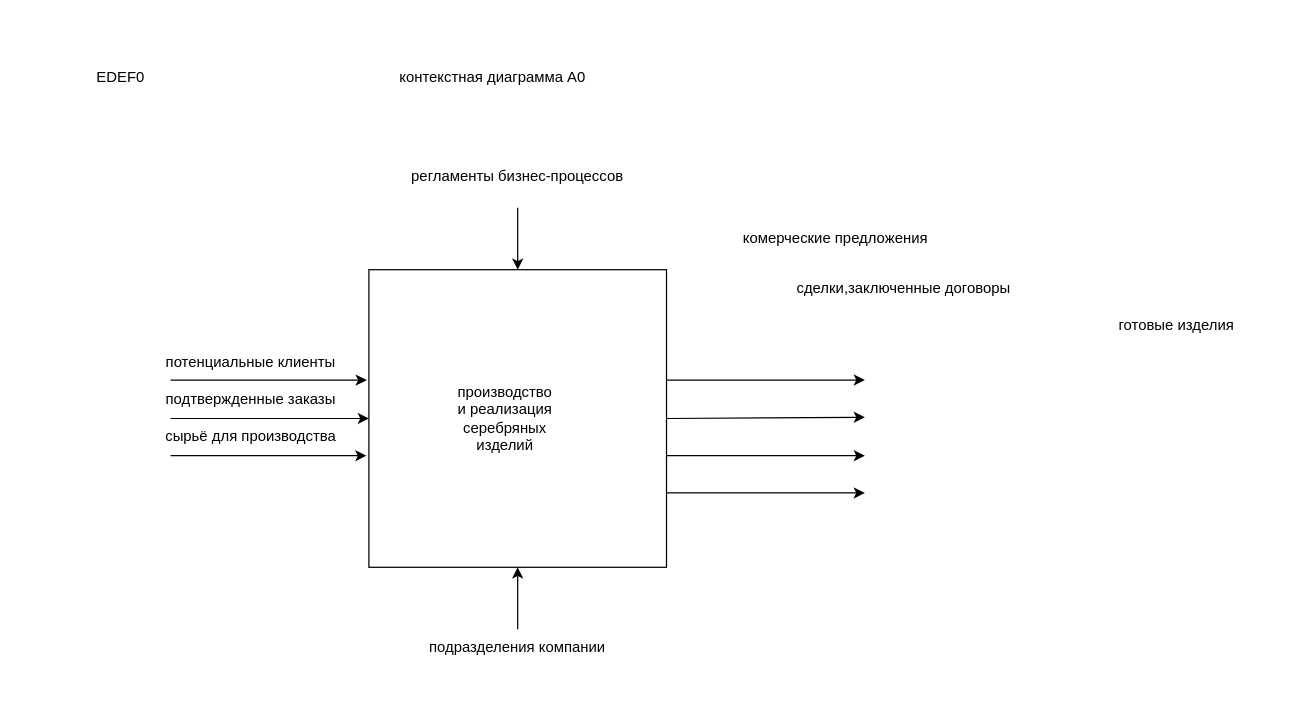
The draw.io diagram page "Страница — 2" (2 of 5) of newexample2025.drawio in emauter/GB_mysql, before the edit. Source tidied: cells renumbered, new cells numbered last; positions are measured from the earlier drawing's top-left corner, leaving out a move shared by most shapes. Both pictures are drawn from the tidied source at 124%, with x=0, y=0 at pixel (83, 58).
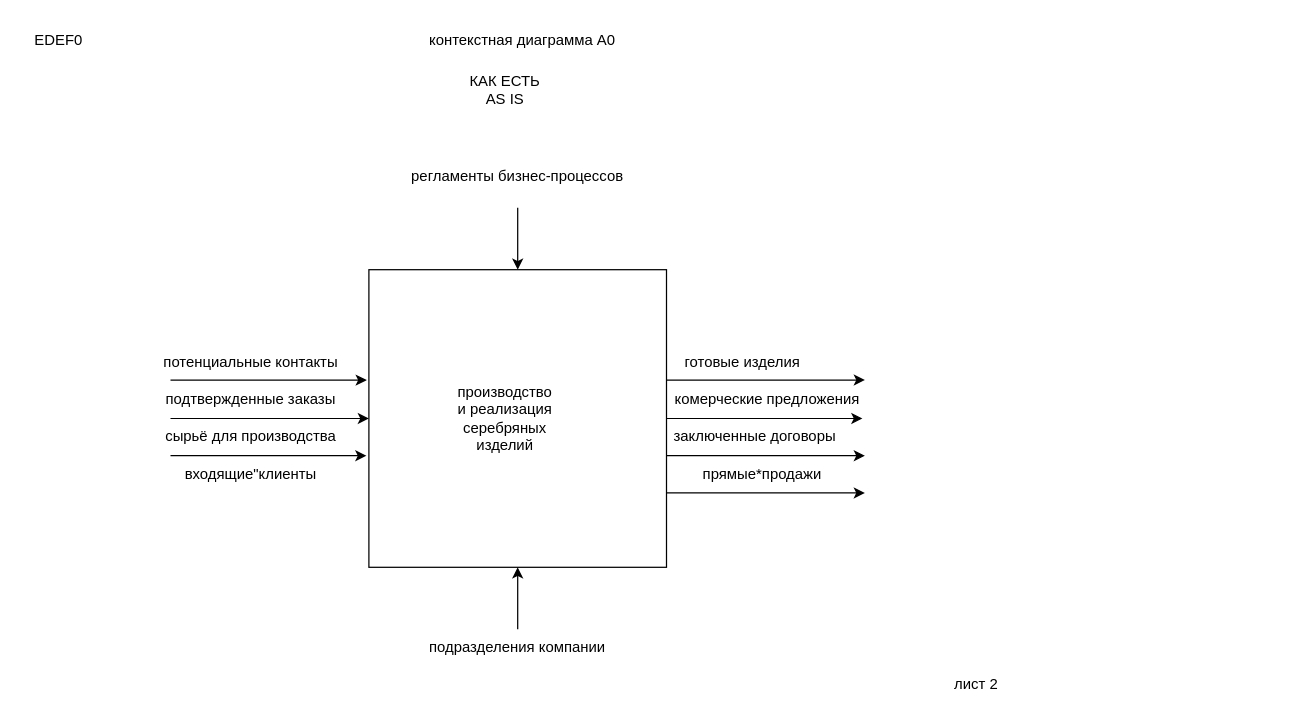
After the change.

Unchanged cells that the change refers to:
```xml
<mxCell id="2" style="whiteSpace=wrap;html=1;" parent="1" vertex="1">
  <mxGeometry x="230" y="170" width="240" height="240" as="geometry" />
</mxCell>
```

The edit, as a diff of the source:
```diff
@@
-    <mxCell id="6" style="endArrow=classic;html=1;rounded=0;exitX=1;exitY=0.5;exitDx=0;exitDy=0;" parent="1" edge="1" source="2">
-      <mxGeometry relative="1" as="geometry">
-        <mxPoint x="630" y="289" as="targetPoint" />
-      </mxGeometry>
-    </mxCell>
@@
     <mxCell id="9" value="комерческие предложения" style="text;html=1;align=center;verticalAlign=middle;whiteSpace=wrap;rounded=0;" parent="1" vertex="1">
-      <mxGeometry x="530" y="130" width="153" height="30" as="geometry" />
+      <mxGeometry x="475" y="260" width="153" height="30" as="geometry" />
     </mxCell>
-    <mxCell id="10" value="потенциальные клиенты" style="text;html=1;align=center;verticalAlign=middle;whiteSpace=wrap;rounded=0;" parent="1" vertex="1">
+    <mxCell id="10" value="потенциальные контакты" style="text;html=1;align=center;verticalAlign=middle;whiteSpace=wrap;rounded=0;" parent="1" vertex="1">
       <mxGeometry x="60" y="230" width="150" height="30" as="geometry" />
     </mxCell>
@@
     <mxCell id="13" value="EDEF0" style="text;html=1;align=center;verticalAlign=middle;whiteSpace=wrap;rounded=0;" parent="1" vertex="1">
-      <mxGeometry width="60" height="30" as="geometry" />
+      <mxGeometry x="-50" y="-30" width="60" height="30" as="geometry" />
     </mxCell>
     <mxCell id="14" value="контекстная диаграмма A0" style="text;html=1;align=center;verticalAlign=middle;whiteSpace=wrap;rounded=0;" parent="1" vertex="1">
-      <mxGeometry x="250" width="160" height="30" as="geometry" />
+      <mxGeometry x="274" y="-30" width="160" height="30" as="geometry" />
     </mxCell>
@@
     <mxCell id="19" value="готовые изделия" style="text;html=1;align=center;verticalAlign=middle;whiteSpace=wrap;rounded=0;" parent="1" vertex="1">
-      <mxGeometry x="800" y="200" width="163" height="30" as="geometry" />
+      <mxGeometry x="450" y="230" width="163" height="30" as="geometry" />
     </mxCell>
-    <mxCell id="20" value="сделки,заключенные договоры" style="text;html=1;align=center;verticalAlign=middle;whiteSpace=wrap;rounded=0;" parent="1" vertex="1">
-      <mxGeometry x="570" y="170" width="183" height="30" as="geometry" />
-    </mxCell>
@@
+    <mxCell id="23" style="endArrow=classic;html=1;rounded=0;exitX=1;exitY=0.5;exitDx=0;exitDy=0;entryX=1;entryY=1;entryDx=0;entryDy=0;" parent="1" edge="1" source="2" target="9">
+      <mxGeometry relative="1" as="geometry" />
+    </mxCell>
+    <mxCell id="20" value="заключенные договоры" style="text;html=1;align=center;verticalAlign=middle;whiteSpace=wrap;rounded=0;" parent="1" vertex="1">
+      <mxGeometry x="450" y="290" width="183" height="30" as="geometry" />
+    </mxCell>
+    <mxCell id="24" value="входящие&quot;клиенты" style="text;html=1;align=center;verticalAlign=middle;whiteSpace=wrap;rounded=0;" parent="1" vertex="1">
+      <mxGeometry x="60" y="320" width="150" height="30" as="geometry" />
+    </mxCell>
+    <mxCell id="25" value="КАК ЕСТЬ AS IS" style="text;html=1;align=center;verticalAlign=middle;whiteSpace=wrap;rounded=0;" parent="1" vertex="1">
+      <mxGeometry x="310" y="10" width="60" height="30" as="geometry" />
+    </mxCell>
+    <mxCell id="26" value="лист 2" style="text;html=1;align=center;verticalAlign=middle;whiteSpace=wrap;rounded=0;" parent="1" vertex="1">
+      <mxGeometry x="690" y="490" width="60" height="30" as="geometry" />
+    </mxCell>
+    <mxCell id="27" value="прямые*продажи" style="text;html=1;align=center;verticalAlign=middle;whiteSpace=wrap;rounded=0;" parent="1" vertex="1">
+      <mxGeometry x="475" y="320" width="145" height="30" as="geometry" />
+    </mxCell>
```
